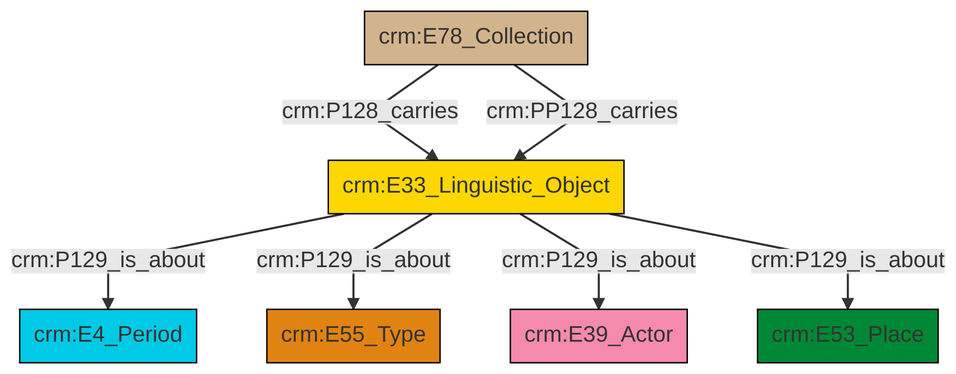
swiss-art-research-net/docs.swissartresearch keeps this Mermaid diagram as et/archivalCSV/ttl/mmd/png/archival_aboutness.png. Above is the earlier version. Its source is kept beside it as et/archivalCSV/ttl/mmd/archival_aboutness.ttl.mmd.
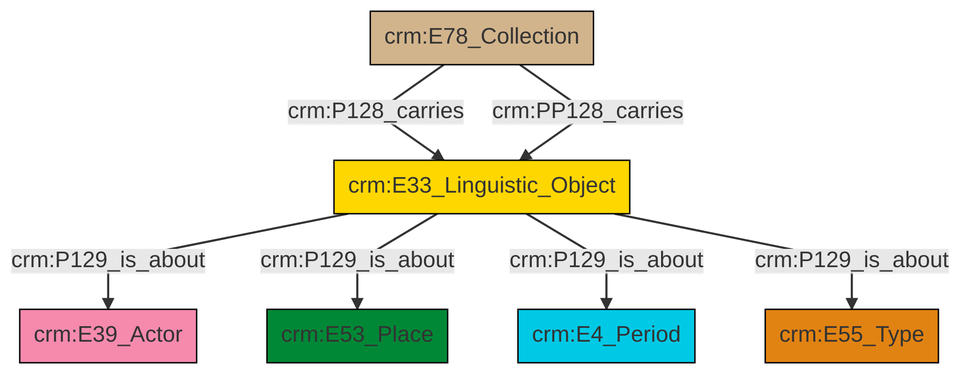
Above is the later version.

Diff of the diagram source:
```diff
@@ -13,9 +13,9 @@
 classDef PC_Classes fill:#4ce600, stroke:#000000;
 classDef Multi fill:#cccccc,stroke:#000000;
 
-0["crm:E33_Linguistic_Object"]:::Conceptual_Object -->|crm:P129_is_about| 1["crm:E4_Period"]:::Temporal_Entity
-0["crm:E33_Linguistic_Object"]:::Conceptual_Object -->|crm:P129_is_about| 4["crm:E55_Type"]:::Type
-5["crm:E78_Collection"]:::Physical_Thing -->|crm:P128_carries| 0["crm:E33_Linguistic_Object"]:::Conceptual_Object
-5["crm:E78_Collection"]:::Physical_Thing -->|crm:PP128_carries| 0["crm:E33_Linguistic_Object"]:::Conceptual_Object
-0["crm:E33_Linguistic_Object"]:::Conceptual_Object -->|crm:P129_is_about| 7["crm:E39_Actor"]:::Actor
-0["crm:E33_Linguistic_Object"]:::Conceptual_Object -->|crm:P129_is_about| 2["crm:E53_Place"]:::Place
+0["crm:E33_Linguistic_Object"]:::Conceptual_Object -->|crm:P129_is_about| 1["crm:E39_Actor"]:::Actor
+2["crm:E78_Collection"]:::Physical_Thing -->|crm:P128_carries| 0["crm:E33_Linguistic_Object"]:::Conceptual_Object
+2["crm:E78_Collection"]:::Physical_Thing -->|crm:PP128_carries| 0["crm:E33_Linguistic_Object"]:::Conceptual_Object
+0["crm:E33_Linguistic_Object"]:::Conceptual_Object -->|crm:P129_is_about| 5["crm:E53_Place"]:::Place
+0["crm:E33_Linguistic_Object"]:::Conceptual_Object -->|crm:P129_is_about| 3["crm:E4_Period"]:::Temporal_Entity
+0["crm:E33_Linguistic_Object"]:::Conceptual_Object -->|crm:P129_is_about| 7["crm:E55_Type"]:::Type
```
